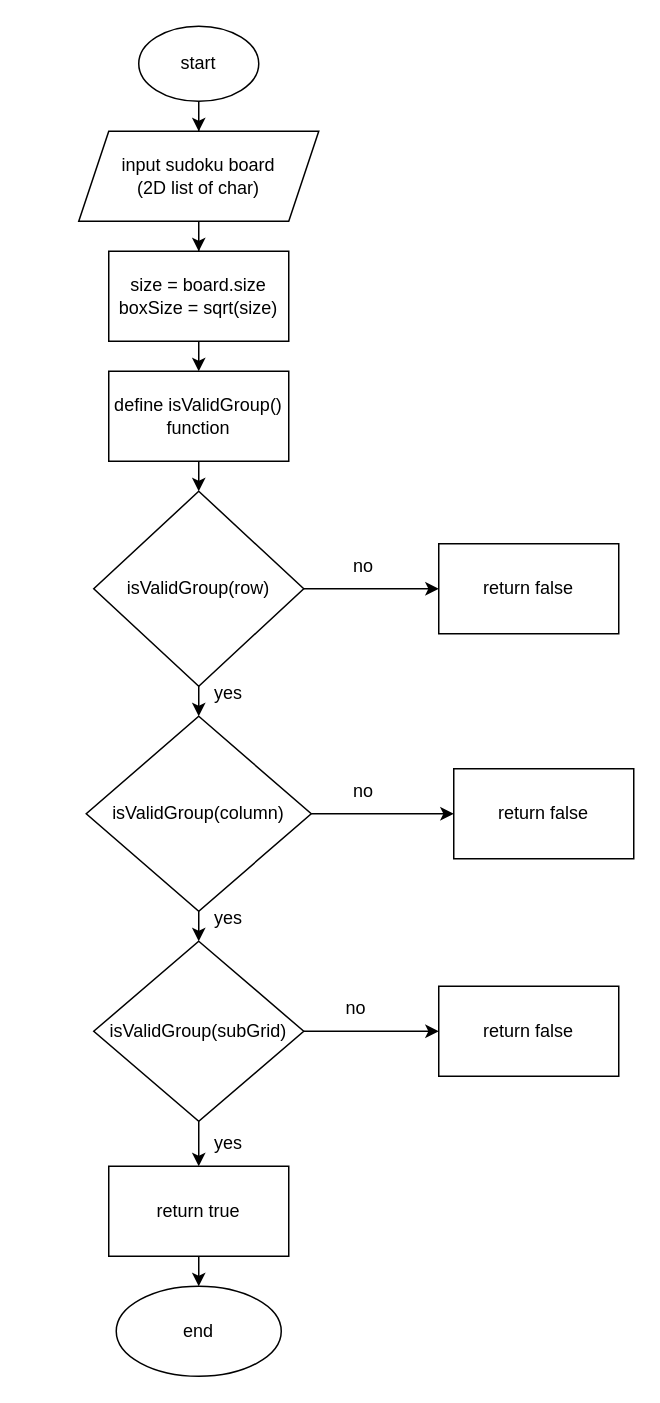
The draw.io diagram page "Sudoku diagram" (1 of 2) of Untitled Diagram.drawio in Zeinab979/sudoku-checker, before the edit. Source tidied: cells renumbered, new cells numbered last; positions are measured from the earlier drawing's top-left corner, leaving out a move shared by most shapes. Both pictures are drawn from the tidied source at 150%, with x=0, y=0 at pixel (78, 26).
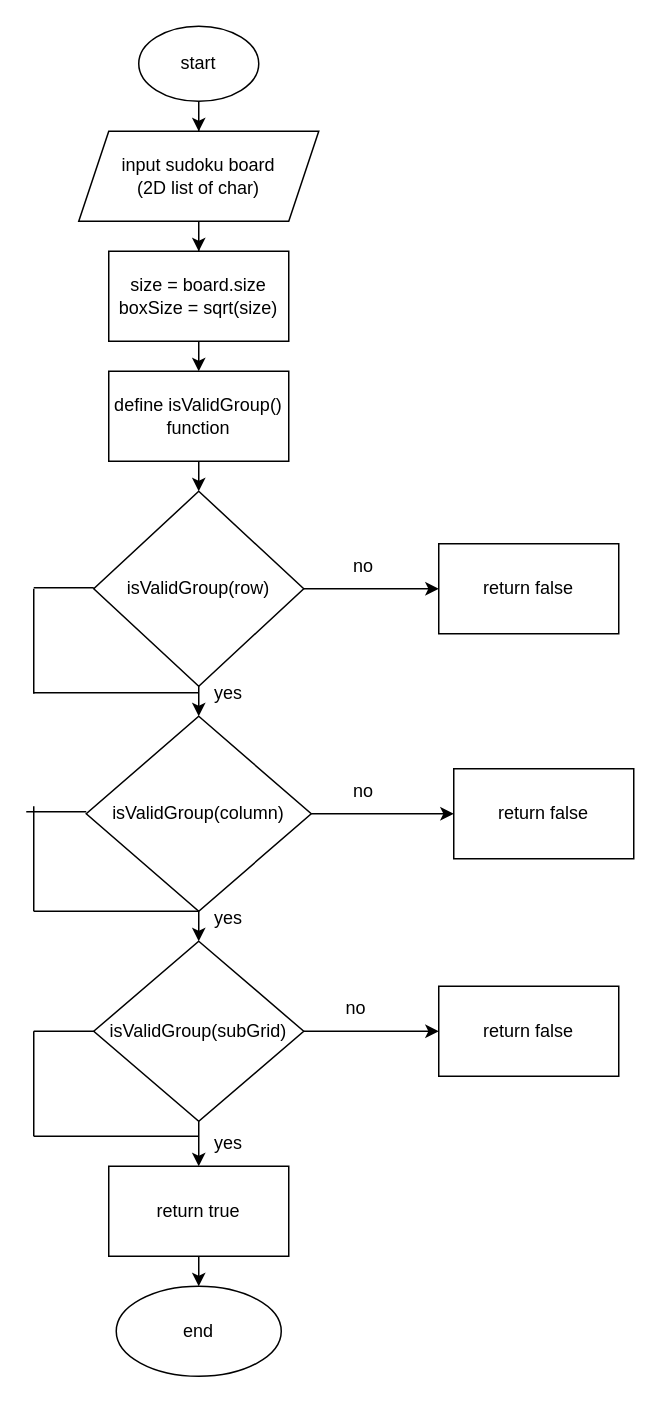
The same diagram, later.

Diff of the diagram source:
```diff
@@
+    <mxCell id="33" style="endArrow=none;html=1;rounded=0;" parent="1" edge="1">
+      <mxGeometry relative="1" as="geometry">
+        <mxPoint x="-30" y="444.3" as="sourcePoint" />
+        <mxPoint x="80" y="444.3" as="targetPoint" />
+      </mxGeometry>
+    </mxCell>
+    <mxCell id="34" style="endArrow=none;html=1;rounded=0;" parent="1" edge="1">
+      <mxGeometry relative="1" as="geometry">
+        <mxPoint x="-30" y="740" as="sourcePoint" />
+        <mxPoint x="80" y="740" as="targetPoint" />
+      </mxGeometry>
+    </mxCell>
+    <mxCell id="35" style="endArrow=none;html=1;rounded=0;" parent="1" edge="1">
+      <mxGeometry relative="1" as="geometry">
+        <mxPoint x="-30" y="590" as="sourcePoint" />
+        <mxPoint x="80" y="590" as="targetPoint" />
+      </mxGeometry>
+    </mxCell>
+    <mxCell id="36" style="endArrow=none;html=1;rounded=0;" parent="1" edge="1">
+      <mxGeometry relative="1" as="geometry">
+        <mxPoint x="-30" y="670" as="sourcePoint" />
+        <mxPoint x="10" y="670" as="targetPoint" />
+      </mxGeometry>
+    </mxCell>
+    <mxCell id="37" style="endArrow=none;html=1;rounded=0;" parent="1" edge="1">
+      <mxGeometry relative="1" as="geometry">
+        <mxPoint x="-30" y="740" as="sourcePoint" />
+        <mxPoint x="-30" y="670" as="targetPoint" />
+      </mxGeometry>
+    </mxCell>
+    <mxCell id="38" style="endArrow=none;html=1;rounded=0;" parent="1" edge="1">
+      <mxGeometry relative="1" as="geometry">
+        <mxPoint x="-30" y="374.3" as="sourcePoint" />
+        <mxPoint x="10" y="374.3" as="targetPoint" />
+      </mxGeometry>
+    </mxCell>
+    <mxCell id="39" style="endArrow=none;html=1;rounded=0;" parent="1" edge="1">
+      <mxGeometry relative="1" as="geometry">
+        <mxPoint x="-35" y="523.7" as="sourcePoint" />
+        <mxPoint x="5" y="523.7" as="targetPoint" />
+      </mxGeometry>
+    </mxCell>
+    <mxCell id="40" style="endArrow=none;html=1;rounded=0;" parent="1" edge="1">
+      <mxGeometry relative="1" as="geometry">
+        <mxPoint x="-30" y="445" as="sourcePoint" />
+        <mxPoint x="-30" y="375" as="targetPoint" />
+      </mxGeometry>
+    </mxCell>
+    <mxCell id="41" style="endArrow=none;html=1;rounded=0;" parent="1" edge="1">
+      <mxGeometry relative="1" as="geometry">
+        <mxPoint x="-30" y="590" as="sourcePoint" />
+        <mxPoint x="-30" y="520" as="targetPoint" />
+      </mxGeometry>
+    </mxCell>
```
